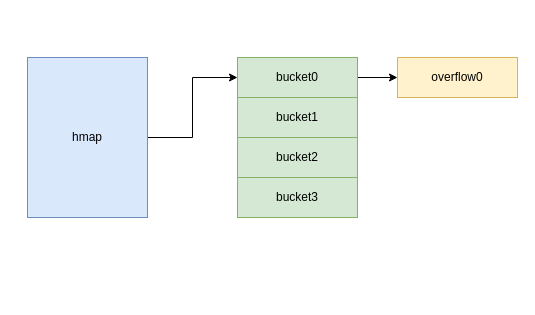
The draw.io diagram .drawio/map.drawio in Open-Source-CQUT/Golang-Doc, before the edit. Source tidied: cells renumbered, new cells numbered last; positions are measured from the earlier drawing's top-left corner, leaving out a move shared by most shapes. Both pictures are drawn from the tidied source at 100%, with x=0, y=0 at pixel (27, 57).
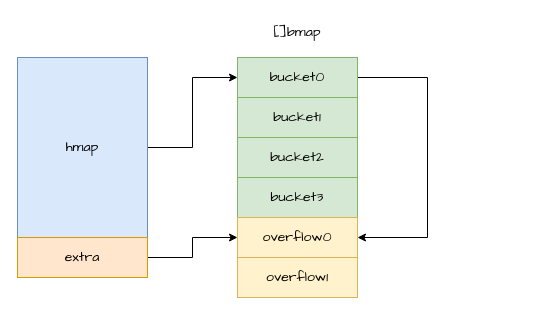
Above is the later version.

What changed in the source:
```diff
@@
 <mxGraphModel>
   <root>
     <mxCell id="0" />
     <mxCell id="1" parent="0" />
-    <mxCell id="2" style="edgeStyle=orthogonalEdgeStyle;rounded=0;jettySize=auto;html=1;fontColor=#000000;labelBackgroundColor=none;" parent="1" edge="1" source="3" target="5">
+    <mxCell id="2" style="edgeStyle=orthogonalEdgeStyle;rounded=0;jettySize=auto;html=1;fontColor=#000000;labelBackgroundColor=none;fontSize=14;fontFamily=Comic Sans MS;" parent="1" edge="1" source="3" target="5">
       <mxGeometry relative="1" as="geometry" />
     </mxCell>
-    <mxCell id="3" value="hmap" style="rounded=0;whiteSpace=wrap;html=1;fillColor=#dae8fc;strokeColor=#6c8ebf;fontColor=#000000;labelBackgroundColor=none;" parent="1" vertex="1">
-      <mxGeometry width="120" height="160" as="geometry" />
+    <mxCell id="3" value="hmap" style="rounded=0;whiteSpace=wrap;html=1;fillColor=#dae8fc;strokeColor=#6c8ebf;fontColor=#000000;labelBackgroundColor=none;fontSize=14;fontFamily=Comic Sans MS;" parent="1" vertex="1">
+      <mxGeometry x="-10" width="130" height="180" as="geometry" />
     </mxCell>
-    <mxCell id="4" style="edgeStyle=orthogonalEdgeStyle;rounded=0;jettySize=auto;html=1;fontColor=#000000;labelBackgroundColor=none;" parent="1" edge="1" source="5" target="9">
-      <mxGeometry relative="1" as="geometry" />
+    <mxCell id="4" style="edgeStyle=orthogonalEdgeStyle;rounded=0;jettySize=auto;html=1;entryX=1;entryY=0.5;entryDx=0;entryDy=0;fontFamily=Comic Sans MS;fontSize=14;" parent="1" edge="1" source="5" target="9">
+      <mxGeometry relative="1" as="geometry">
+        <Array as="points">
+          <mxPoint x="400" y="20" />
+          <mxPoint x="400" y="180" />
+        </Array>
+      </mxGeometry>
     </mxCell>
-    <mxCell id="5" value="bucket0" style="rounded=0;whiteSpace=wrap;html=1;fillColor=#d5e8d4;strokeColor=#82b366;fontColor=#000000;labelBackgroundColor=none;" parent="1" vertex="1">
+    <mxCell id="5" value="bucket0" style="rounded=0;whiteSpace=wrap;html=1;fillColor=#d5e8d4;strokeColor=#82b366;fontColor=#000000;labelBackgroundColor=none;fontSize=14;fontFamily=Comic Sans MS;" parent="1" vertex="1">
       <mxGeometry x="210" width="120" height="40" as="geometry" />
     </mxCell>
-    <mxCell id="6" value="&lt;span style=&quot;font-family: Helvetica; font-size: 12px; font-style: normal; font-variant-ligatures: normal; font-variant-caps: normal; font-weight: 400; letter-spacing: normal; orphans: 2; text-align: center; text-indent: 0px; text-transform: none; widows: 2; word-spacing: 0px; -webkit-text-stroke-width: 0px; text-decoration-thickness: initial; text-decoration-style: initial; text-decoration-color: initial; float: none; display: inline !important;&quot;&gt;bucket1&lt;/span&gt;" style="rounded=0;whiteSpace=wrap;html=1;fillColor=#d5e8d4;strokeColor=#82b366;fontColor=#000000;labelBackgroundColor=none;" parent="1" vertex="1">
+    <mxCell id="6" value="&lt;span style=&quot;font-size: 14px; font-style: normal; font-variant-ligatures: normal; font-variant-caps: normal; font-weight: 400; letter-spacing: normal; orphans: 2; text-align: center; text-indent: 0px; text-transform: none; widows: 2; word-spacing: 0px; -webkit-text-stroke-width: 0px; text-decoration-thickness: initial; text-decoration-style: initial; text-decoration-color: initial; float: none; display: inline !important;&quot;&gt;bucket1&lt;/span&gt;" style="rounded=0;whiteSpace=wrap;html=1;fillColor=#d5e8d4;strokeColor=#82b366;fontColor=#000000;labelBackgroundColor=none;fontSize=14;fontFamily=Comic Sans MS;" parent="1" vertex="1">
       <mxGeometry x="210" y="40" width="120" height="40" as="geometry" />
     </mxCell>
-    <mxCell id="7" value="&lt;span style=&quot;font-family: Helvetica; font-size: 12px; font-style: normal; font-variant-ligatures: normal; font-variant-caps: normal; font-weight: 400; letter-spacing: normal; orphans: 2; text-align: center; text-indent: 0px; text-transform: none; widows: 2; word-spacing: 0px; -webkit-text-stroke-width: 0px; text-decoration-thickness: initial; text-decoration-style: initial; text-decoration-color: initial; float: none; display: inline !important;&quot;&gt;bucket2&lt;/span&gt;" style="rounded=0;whiteSpace=wrap;html=1;fillColor=#d5e8d4;strokeColor=#82b366;fontColor=#000000;labelBackgroundColor=none;" parent="1" vertex="1">
+    <mxCell id="7" value="&lt;span style=&quot;font-size: 14px; font-style: normal; font-variant-ligatures: normal; font-variant-caps: normal; font-weight: 400; letter-spacing: normal; orphans: 2; text-align: center; text-indent: 0px; text-transform: none; widows: 2; word-spacing: 0px; -webkit-text-stroke-width: 0px; text-decoration-thickness: initial; text-decoration-style: initial; text-decoration-color: initial; float: none; display: inline !important;&quot;&gt;bucket2&lt;/span&gt;" style="rounded=0;whiteSpace=wrap;html=1;fillColor=#d5e8d4;strokeColor=#82b366;fontColor=#000000;labelBackgroundColor=none;fontSize=14;fontFamily=Comic Sans MS;" parent="1" vertex="1">
       <mxGeometry x="210" y="80" width="120" height="40" as="geometry" />
     </mxCell>
-    <mxCell id="8" value="&lt;span style=&quot;font-family: Helvetica; font-size: 12px; font-style: normal; font-variant-ligatures: normal; font-variant-caps: normal; font-weight: 400; letter-spacing: normal; orphans: 2; text-align: center; text-indent: 0px; text-transform: none; widows: 2; word-spacing: 0px; -webkit-text-stroke-width: 0px; text-decoration-thickness: initial; text-decoration-style: initial; text-decoration-color: initial; float: none; display: inline !important;&quot;&gt;bucket3&lt;/span&gt;" style="rounded=0;whiteSpace=wrap;html=1;fillColor=#d5e8d4;strokeColor=#82b366;fontColor=#000000;labelBackgroundColor=none;" parent="1" vertex="1">
+    <mxCell id="8" value="&lt;span style=&quot;font-size: 14px; font-style: normal; font-variant-ligatures: normal; font-variant-caps: normal; font-weight: 400; letter-spacing: normal; orphans: 2; text-align: center; text-indent: 0px; text-transform: none; widows: 2; word-spacing: 0px; -webkit-text-stroke-width: 0px; text-decoration-thickness: initial; text-decoration-style: initial; text-decoration-color: initial; float: none; display: inline !important;&quot;&gt;bucket3&lt;/span&gt;" style="rounded=0;whiteSpace=wrap;html=1;fillColor=#d5e8d4;strokeColor=#82b366;fontColor=#000000;labelBackgroundColor=none;fontSize=14;fontFamily=Comic Sans MS;" parent="1" vertex="1">
       <mxGeometry x="210" y="120" width="120" height="40" as="geometry" />
     </mxCell>
-    <mxCell id="9" value="overflow0" style="rounded=0;whiteSpace=wrap;html=1;labelBackgroundColor=none;fillColor=#fff2cc;strokeColor=#d6b656;" parent="1" vertex="1">
-      <mxGeometry x="370" width="120" height="40" as="geometry" />
+    <mxCell id="9" value="overflow0" style="rounded=0;whiteSpace=wrap;html=1;labelBackgroundColor=none;fillColor=#fff2cc;strokeColor=#d6b656;fontSize=14;fontFamily=Comic Sans MS;" parent="1" vertex="1">
+      <mxGeometry x="210" y="160" width="120" height="40" as="geometry" />
     </mxCell>
+    <mxCell id="10" style="edgeStyle=orthogonalEdgeStyle;rounded=0;jettySize=auto;html=1;entryX=0;entryY=0.5;entryDx=0;entryDy=0;fontSize=14;fontFamily=Comic Sans MS;" parent="1" edge="1" source="11" target="9">
+      <mxGeometry relative="1" as="geometry" />
+    </mxCell>
+    <mxCell id="11" value="extra" style="rounded=0;whiteSpace=wrap;html=1;fillColor=#ffe6cc;strokeColor=#d79b00;fontSize=14;fontFamily=Comic Sans MS;" parent="1" vertex="1">
+      <mxGeometry x="-10" y="180" width="130" height="40" as="geometry" />
+    </mxCell>
+    <mxCell id="12" value="overflow1" style="rounded=0;whiteSpace=wrap;html=1;labelBackgroundColor=none;fillColor=#fff2cc;strokeColor=#d6b656;fontSize=14;fontFamily=Comic Sans MS;" parent="1" vertex="1">
+      <mxGeometry x="210" y="200" width="120" height="40" as="geometry" />
+    </mxCell>
+    <mxCell id="13" value="[]bmap" style="text;html=1;strokeColor=none;fillColor=none;align=center;verticalAlign=middle;whiteSpace=wrap;rounded=0;fontFamily=Comic Sans MS;fontSize=14;" parent="1" vertex="1">
+      <mxGeometry x="240" y="-40" width="60" height="30" as="geometry" />
+    </mxCell>
   </root>
 </mxGraphModel>
```
